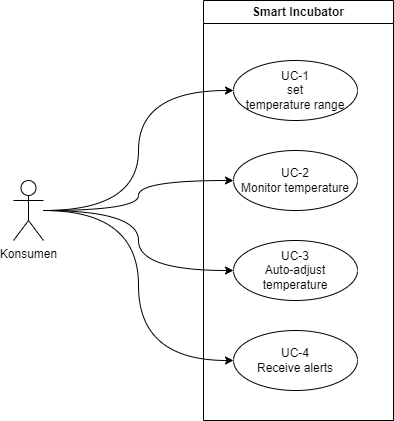
Before: UML Diagram/Use Case Diagram_IoTProject.drawio.png, a diagram exported from draw.io (davidephraim/Kelompok7-IoT-Project). Source tidied: cells renumbered, new cells last; positions are measured from the earlier drawing's top-left corner, leaving out a move shared by most shapes.
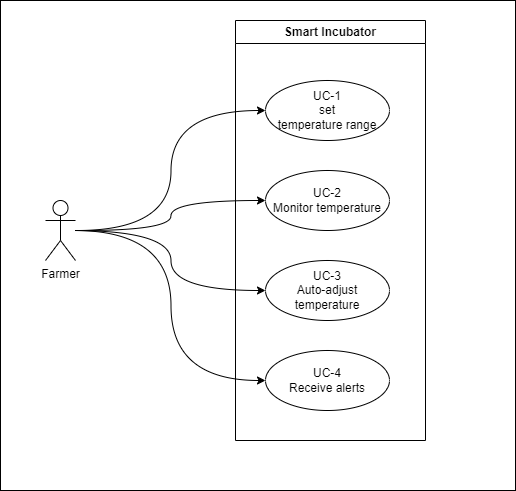
After the change.

Commit message:
progres IoT Project

What changed in the source:
```diff
@@ -2,21 +2,29 @@
   <root>
     <mxCell id="0" />
     <mxCell id="1" parent="0" />
+    <mxCell id="12" style="rounded=0;whiteSpace=wrap;html=1;" parent="1" vertex="1">
+      <mxGeometry x="-45" y="-20" width="515" height="490" as="geometry" />
+    </mxCell>
-    <mxCell id="2" style="rounded=0;jettySize=auto;html=1;entryX=0;entryY=0.5;entryDx=0;entryDy=0;edgeStyle=orthogonalEdgeStyle;elbow=vertical;curved=1;" parent="1" edge="1" source="6" target="8">
-      <mxGeometry relative="1" as="geometry" />
+    <mxCell id="2" style="rounded=0;jettySize=auto;html=1;entryX=0;entryY=0.5;entryDx=0;entryDy=0;edgeStyle=orthogonalEdgeStyle;elbow=vertical;curved=1;" parent="1" edge="1" target="8">
+      <mxGeometry relative="1" as="geometry">
+        <mxPoint x="30" y="210" as="sourcePoint" />
+      </mxGeometry>
     </mxCell>
-    <mxCell id="3" style="rounded=0;jettySize=auto;html=1;entryX=0;entryY=0.5;entryDx=0;entryDy=0;edgeStyle=orthogonalEdgeStyle;elbow=vertical;curved=1;" parent="1" edge="1" source="6" target="9">
-      <mxGeometry relative="1" as="geometry" />
+    <mxCell id="3" style="rounded=0;jettySize=auto;html=1;entryX=0;entryY=0.5;entryDx=0;entryDy=0;edgeStyle=orthogonalEdgeStyle;elbow=vertical;curved=1;" parent="1" edge="1" target="9">
+      <mxGeometry relative="1" as="geometry">
+        <mxPoint x="30" y="210" as="sourcePoint" />
+      </mxGeometry>
     </mxCell>
-    <mxCell id="4" style="rounded=0;jettySize=auto;html=1;entryX=0;entryY=0.5;entryDx=0;entryDy=0;edgeStyle=orthogonalEdgeStyle;elbow=vertical;curved=1;" parent="1" edge="1" source="6" target="10">
-      <mxGeometry relative="1" as="geometry" />
+    <mxCell id="4" style="rounded=0;jettySize=auto;html=1;entryX=0;entryY=0.5;entryDx=0;entryDy=0;edgeStyle=orthogonalEdgeStyle;elbow=vertical;curved=1;" parent="1" edge="1" target="10">
+      <mxGeometry relative="1" as="geometry">
+        <mxPoint x="30" y="210" as="sourcePoint" />
+      </mxGeometry>
     </mxCell>
-    <mxCell id="5" style="rounded=0;jettySize=auto;html=1;entryX=0;entryY=0.5;entryDx=0;entryDy=0;edgeStyle=orthogonalEdgeStyle;elbow=vertical;curved=1;" parent="1" edge="1" source="6" target="11">
-      <mxGeometry relative="1" as="geometry" />
+    <mxCell id="5" style="rounded=0;jettySize=auto;html=1;entryX=0;entryY=0.5;entryDx=0;entryDy=0;edgeStyle=orthogonalEdgeStyle;elbow=vertical;curved=1;" parent="1" edge="1" target="11">
+      <mxGeometry relative="1" as="geometry">
+        <mxPoint x="30" y="210" as="sourcePoint" />
+      </mxGeometry>
     </mxCell>
-    <mxCell id="6" value="Konsumen" style="shape=umlActor;verticalLabelPosition=bottom;verticalAlign=top;html=1;outlineConnect=0;" parent="1" vertex="1">
-      <mxGeometry y="180" width="30" height="60" as="geometry" />
-    </mxCell>
     <mxCell id="7" value="Smart Incubator" style="swimlane;whiteSpace=wrap;html=1;" parent="1" vertex="1">
       <mxGeometry x="190" width="190" height="420" as="geometry" />
     </mxCell>
@@ -32,5 +40,8 @@
     <mxCell id="11" value="UC-4&lt;br&gt;Receive alerts&lt;br&gt;" style="ellipse;whiteSpace=wrap;html=1;" parent="7" vertex="1">
       <mxGeometry x="30" y="330" width="124" height="60" as="geometry" />
     </mxCell>
+    <mxCell id="13" value="Farmer&lt;br&gt;" style="shape=umlActor;verticalLabelPosition=bottom;verticalAlign=top;html=1;" parent="1" vertex="1">
+      <mxGeometry y="180" width="30" height="60" as="geometry" />
+    </mxCell>
   </root>
 </mxGraphModel>
```
